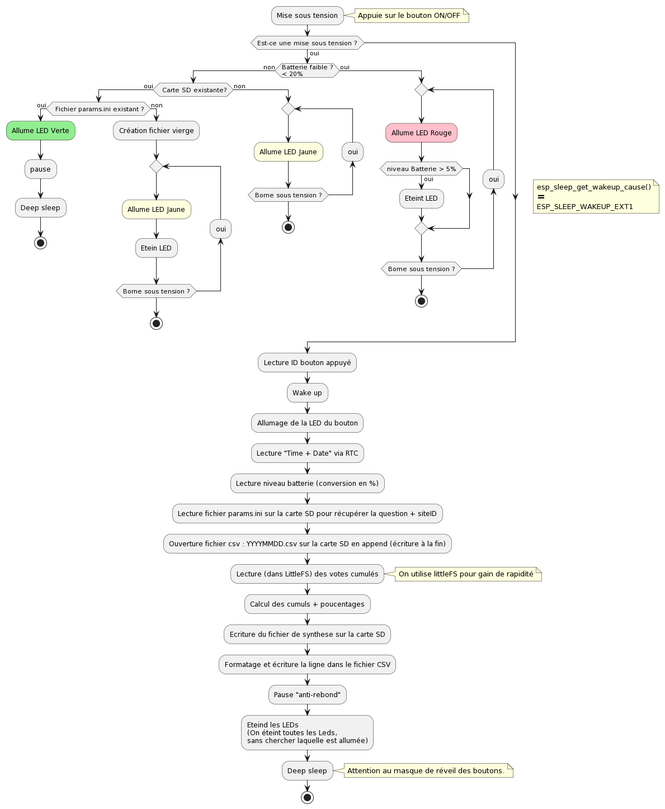
Before: Programmation/Microcontroleur/illustrations/Diagrams.png, a diagram exported from PlantUML (AlexP20000/borne-satisfaction).
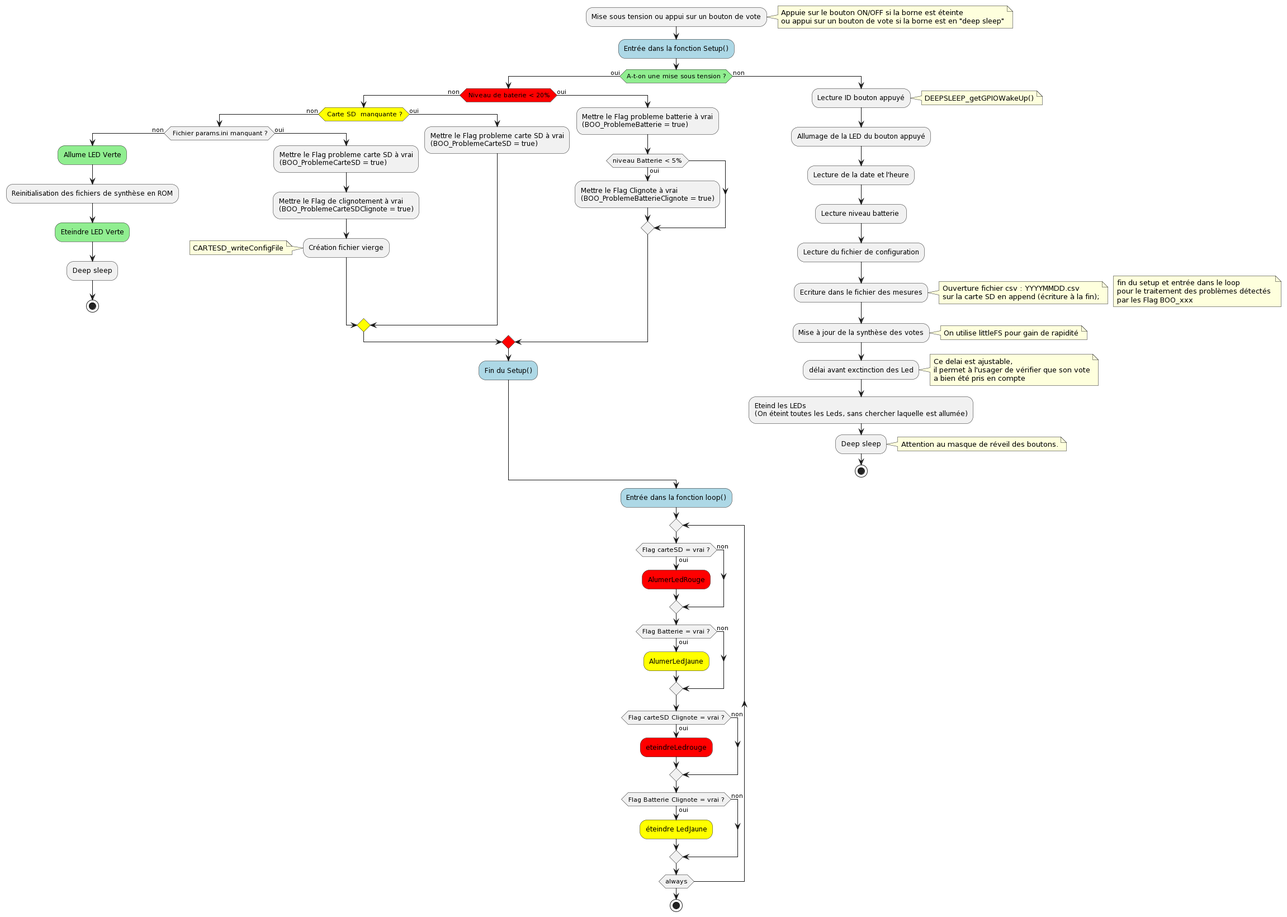
After the change.

Commit message:
Mise à jour de la documentation du projet

The edit, as a diff of the source:
```diff
@@ -1,73 +1,111 @@
 @startuml
-:Mise sous tension;
-note right:Appuie sur le bouton ON/OFF
+:Mise sous tension ou appui sur un bouton de vote;
+note right
+Appuie sur le bouton ON/OFF si la borne est éteinte
+ou appui sur un bouton de vote si la borne est en "deep sleep"
+end note
+#lightblue:Entrée dans la fonction Setup();
 
-if (Est-ce une mise sous tension ?) then (oui)
+#lightgreen:if (A-t-on une mise sous tension ?) then (oui)
+	#red:if ( Niveau de baterie < 20%) then (non)
+		#yellow:if( Carte SD  manquante ?) then (non)
+			if( Fichier params.ini manquant ?) then (non)
+				#lightgreen:Allume LED Verte;
+				:Reinitialisation des fichiers de synthèse en ROM;
+				#lightgreen:Eteindre LED Verte;
+				:Deep sleep;
+				stop
+
+			else (oui)
+				:Mettre le Flag probleme carte SD à vrai\n(BOO_ProblemeCarteSD = true);
+				:Mettre le Flag de clignotement à vrai\n(BOO_ProblemeCarteSDClignote = true);
+				:Création fichier vierge;
+				note left
+				  CARTESD_writeConfigFile
+				end note
+
+			endif
+		else (oui)
+			:Mettre le Flag probleme carte SD à vrai\n(BOO_ProblemeCarteSD = true);
+
+		endif
+	else (oui)
+		:Mettre le Flag probleme batterie à vrai\n(BOO_ProblemeBatterie = true);
+		if (niveau Batterie < 5%) then (oui)
+			:Mettre le Flag Clignote à vrai\n(BOO_ProblemeBatterieClignote = true);
+		endif
+	endif
+
+	#lightblue:Fin du Setup();
+
+
+else (non)
+
+	:Lecture ID bouton appuyé;
+	note right
+		DEEPSLEEP_getGPIOWakeUp()
+	end note
+
+	:Allumage de la LED du bouton appuyé;
+	:Lecture de la date et l'heure;
+
+	:Lecture niveau batterie ;
+	:Lecture du fichier de configuration;
+	:Ecriture dans le fichier des mesures;
+	note right
+		Ouverture fichier csv : YYYYMMDD.csv
+		sur la carte SD en append (écriture à la fin);
+	end note
+
+	:Mise à jour de la synthèse des votes;
+	note right
+		On utilise littleFS pour gain de rapidité
+	end note
+	:délai avant exctinction des Led;
+	note right
+		Ce delai est ajustable,
+		il permet à l'usager de vérifier que son vote
+		a bien été pris en compte
+	end note
+
+	:Eteind les LEDs
+	(On éteint toutes les Leds, sans chercher laquelle est allumée);
+	:Deep sleep;
+	note right
+		Attention au masque de réveil des boutons.
+	end note
+	stop
+endif;
+
 note right
-  esp_sleep_get_wakeup_cause()
-  ==
-  ESP_SLEEP_WAKEUP_EXT1
+	fin du setup et entrée dans le loop
+	pour le traitement des problèmes détectés
+	par les Flag BOO_xxx
 end note
 
 
-  if (Batterie faible ?\n< 20%) then (non)
-    if( Carte SD existante?) then (oui)
-      if( Fichier params.ini existant ?) then (oui)
-        #lightgreen:Allume LED Verte;
-        :pause;
-        :Deep sleep;
-        stop
-      else (non)
-        :Création fichier vierge;
-        repeat
-          #lightyellow:Allume LED Jaune;
-          :Etein LED;
-        backward:oui;
-        repeat while (Borne sous tension ?)
-        stop
-      endif
-    else (non)
-      repeat
-        #lightyellow:Allume LED Jaune;
-      backward:oui;
-      repeat while (Borne sous tension ?)
-      stop
-    endif
-  else (oui)
-    repeat
-      #pink:Allume LED Rouge;
-      if (niveau Batterie > 5%) then (oui)
-       :Eteint LED;
-      endif
-    backward:oui;
-    repeat while (Borne sous tension ?)
-    stop
-  endif
 
-endif
+#lightblue:Entrée dans la fonction loop();
+repeat
+	if (Flag carteSD = vrai ?) then (oui)
+		#red:AlumerLedRouge;
+	else (non)
+	endif
 
-  :Lecture ID bouton appuyé;
-  :Wake up;
-  :Allumage de la LED du bouton;
-  :Lecture "Time + Date" via RTC;
-  :Lecture niveau batterie (conversion en %);
-  :Lecture fichier params.ini sur la carte SD pour récupérer la question + siteID;
-  :Ouverture fichier csv : YYYYMMDD.csv sur la carte SD en append (écriture à la fin);
-  :Lecture (dans LittleFS) des votes cumulés;
-    note right
-      On utilise littleFS pour gain de rapidité
-    end note
-  :Calcul des cumuls + poucentages;
-  :Ecriture du fichier de synthese sur la carte SD;
-  :Formatage et écriture la ligne dans le fichier CSV;
-  :Pause "anti-rebond";
+	if(Flag Batterie = vrai ?) then (oui)
+		#yellow:AlumerLedJaune;
+	else(non)
+	endif
 
-:Eteind les LEDs
-(On éteint toutes les Leds,
-sans chercher laquelle est allumée);
-:Deep sleep;
-note right
-  Attention au masque de réveil des boutons.
-end note
+	if (Flag carteSD Clignote = vrai ?) then(oui)
+		#red:eteindreLedrouge;
+	else(non)
+	endif
+
+	if (Flag Batterie Clignote = vrai ?) then(oui)
+		#yellow:éteindre LedJaune;
+	else (non)
+	endif
+repeat while(always)
 stop
 @enduml
```
